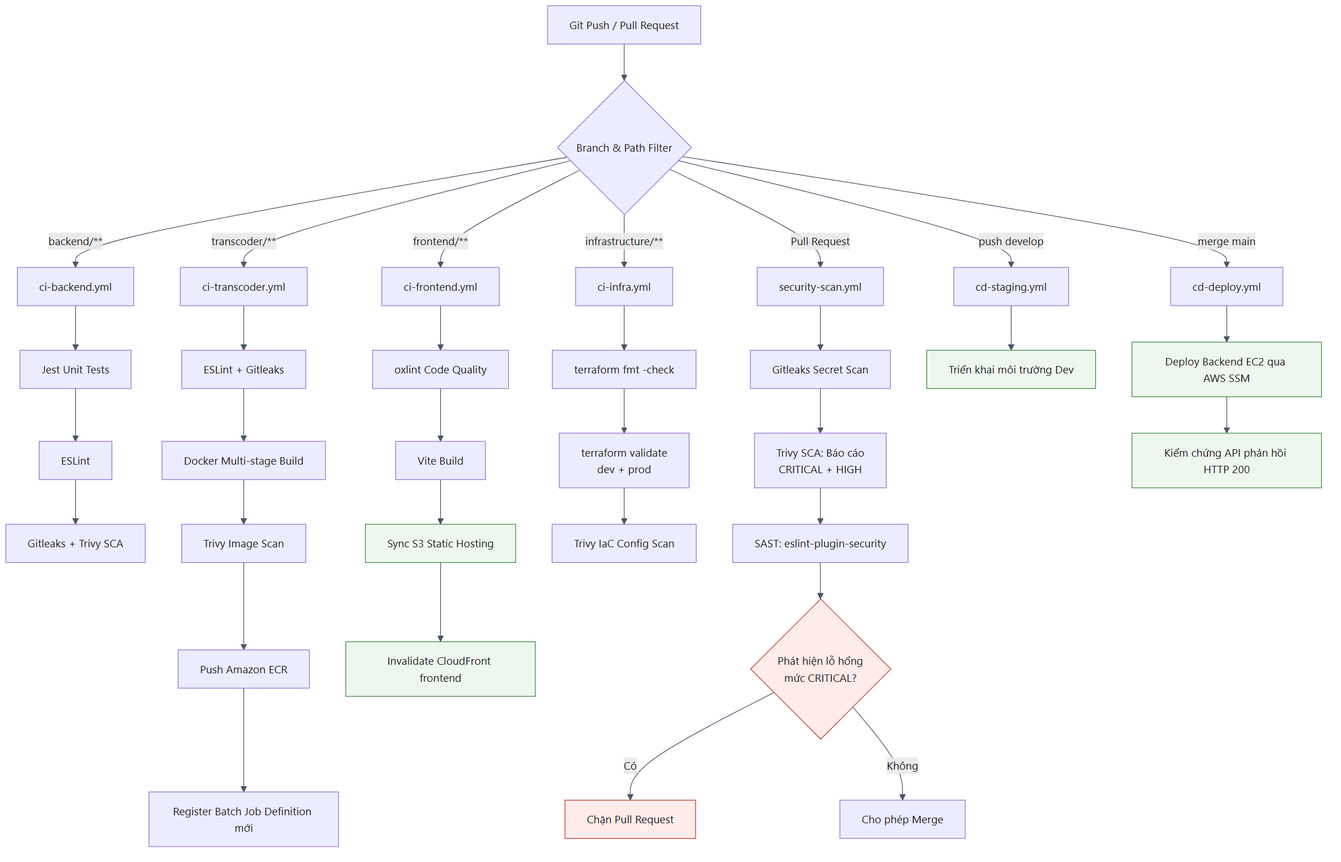
This is report/images/03-cicd-pipeline.png from DinhQuocCuong28664/DACNTT_VideoStreaming, a Mermaid export, as it was before one commit. Its source is kept beside it as docs/diagrams/src/03-cicd-pipeline.mmd.
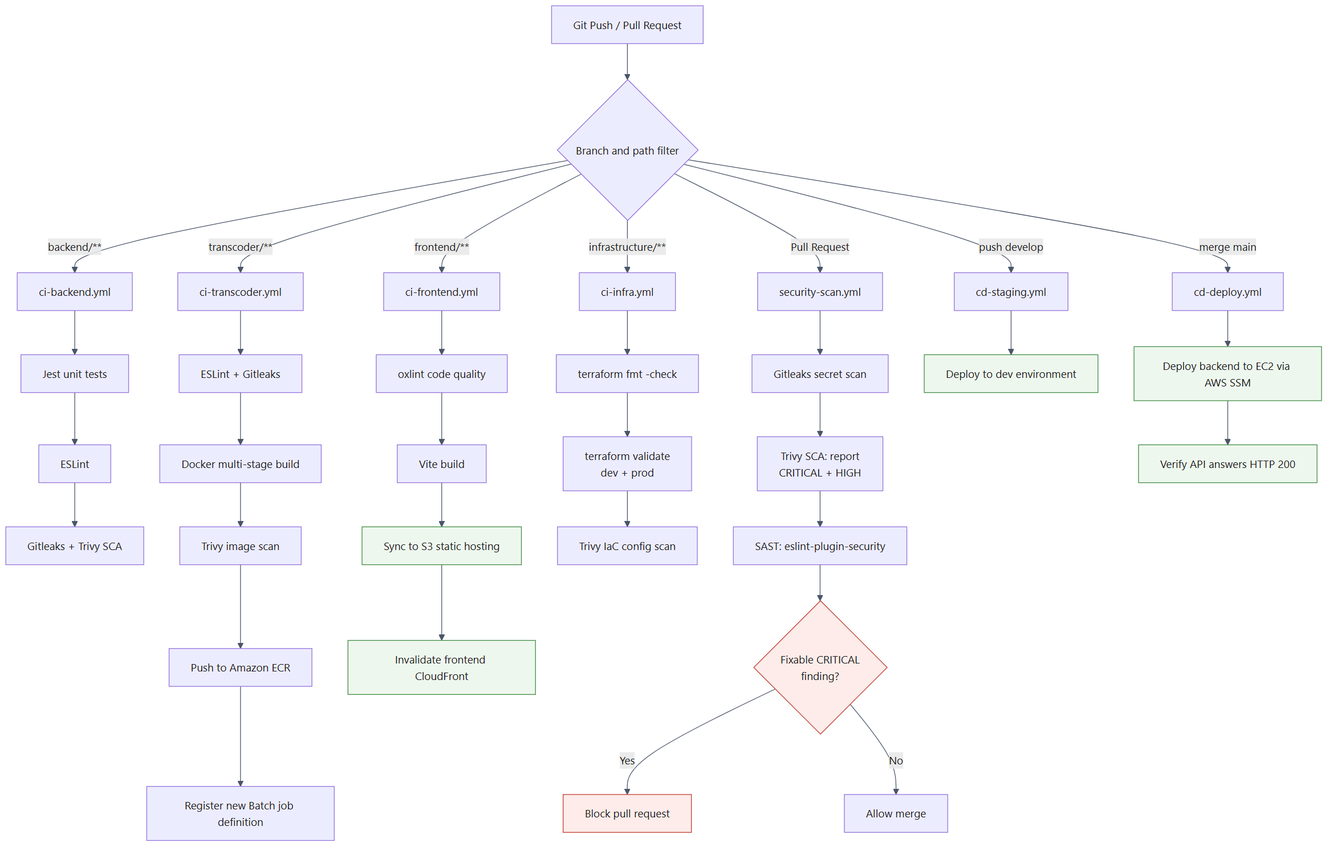
After the change.

Change to the diagram source:
```diff
@@ -1,5 +1,5 @@
 graph TD
-    A["Git Push / Pull Request"] --> B{"Branch & Path Filter"}
+    A["Git Push / Pull Request"] --> B{"Branch and path filter"}
 
     B -->|"backend/**"| C["ci-backend.yml"]
     B -->|"transcoder/**"| D["ci-transcoder.yml"]
@@ -9,35 +9,35 @@
     B -->|"push develop"| G["cd-staging.yml"]
     B -->|"merge main"| H["cd-deploy.yml"]
 
-    C --> C1["Jest Unit Tests"]
+    C --> C1["Jest unit tests"]
     C1 --> C2["ESLint"]
     C2 --> C3["Gitleaks + Trivy SCA"]
 
     D --> D1["ESLint + Gitleaks"]
-    D1 --> D2["Docker Multi-stage Build"]
-    D2 --> D3["Trivy Image Scan"]
-    D3 --> D4["Push Amazon ECR"]
-    D4 --> D5["Register Batch Job Definition mới"]
+    D1 --> D2["Docker multi-stage build"]
+    D2 --> D3["Trivy image scan"]
+    D3 --> D4["Push to Amazon ECR"]
+    D4 --> D5["Register new Batch job definition"]
 
-    E --> E1["oxlint Code Quality"]
-    E1 --> E2["Vite Build"]
-    E2 --> E3["Sync S3 Static Hosting"]
-    E3 --> E4["Invalidate CloudFront frontend"]
+    E --> E1["oxlint code quality"]
+    E1 --> E2["Vite build"]
+    E2 --> E3["Sync to S3 static hosting"]
+    E3 --> E4["Invalidate frontend CloudFront"]
 
     I --> I1["terraform fmt -check"]
     I1 --> I2["terraform validate<br/>dev + prod"]
-    I2 --> I3["Trivy IaC Config Scan"]
+    I2 --> I3["Trivy IaC config scan"]
 
-    F --> F1["Gitleaks Secret Scan"]
-    F1 --> F2["Trivy SCA: Báo cáo<br/>CRITICAL + HIGH"]
+    F --> F1["Gitleaks secret scan"]
+    F1 --> F2["Trivy SCA: report<br/>CRITICAL + HIGH"]
     F2 --> F6["SAST: eslint-plugin-security"]
-    F6 --> F3{"Phát hiện lỗ hổng<br/>mức CRITICAL?"}
-    F3 -->|"Có"| F4["Chặn Pull Request"]
-    F3 -->|"Không"| F5["Cho phép Merge"]
+    F6 --> F3{"Fixable CRITICAL<br/>finding?"}
+    F3 -->|"Yes"| F4["Block pull request"]
+    F3 -->|"No"| F5["Allow merge"]
 
-    G --> G1["Triển khai môi trường Dev"]
-    H --> H1["Deploy Backend EC2 qua AWS SSM"]
-    H1 --> H2["Kiểm chứng API phản hồi HTTP 200"]
+    G --> G1["Deploy to dev environment"]
+    H --> H1["Deploy backend to EC2 via AWS SSM"]
+    H1 --> H2["Verify API answers HTTP 200"]
 
     classDef gate fill:#fdecea,stroke:#c0392b,color:#1a1a1a
     classDef deploy fill:#eef7ee,stroke:#3d8b40,color:#1a1a1a
```
